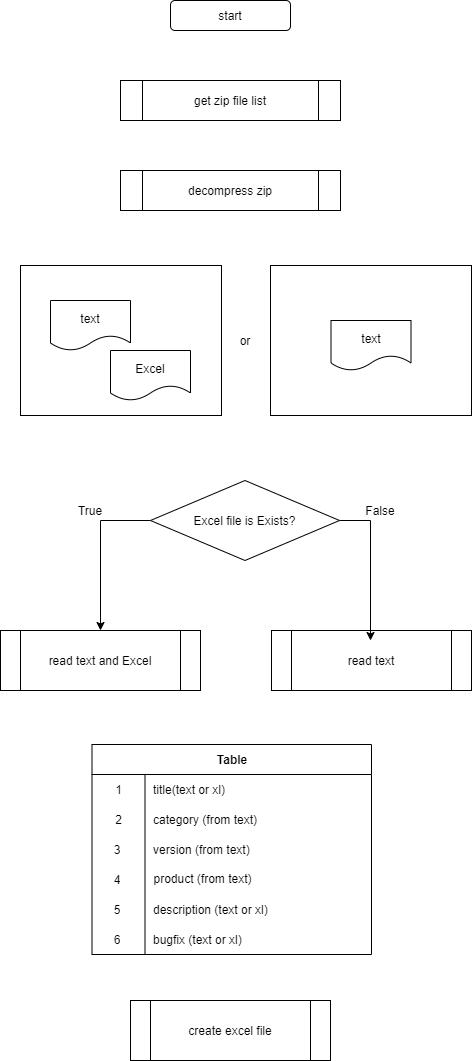
Above: image.drawio.png in kekosh/notisumma (draw.io), before the change. Source tidied: cells renumbered, new cells last; positions are measured from the earlier drawing's top-left corner, leaving out a move shared by most shapes.
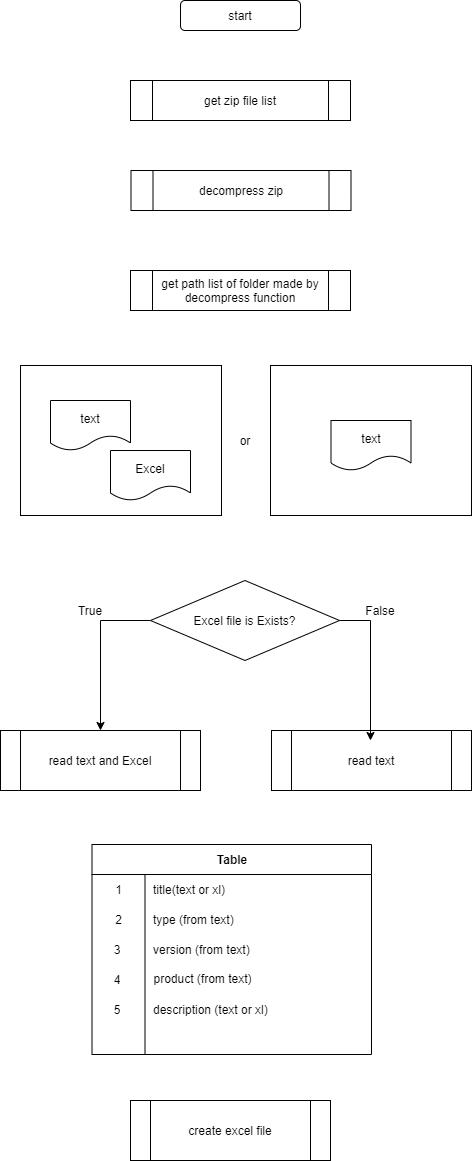
The same diagram one commit later.

Change to the diagram source:
```diff
@@ -3,13 +3,13 @@
     <mxCell id="0" />
     <mxCell id="1" parent="0" />
     <mxCell id="2" value="start" style="rounded=1;whiteSpace=wrap;html=1;" parent="1" vertex="1">
-      <mxGeometry x="170" width="120" height="30" as="geometry" />
+      <mxGeometry x="180" y="-100" width="120" height="30" as="geometry" />
     </mxCell>
-    <mxCell id="3" value="decompress zip" style="shape=process;whiteSpace=wrap;html=1;backgroundOutline=1;" parent="1" vertex="1">
-      <mxGeometry x="120" y="170" width="220" height="40" as="geometry" />
+    <mxCell id="3" value="get path list of folder made by decompress function" style="shape=process;whiteSpace=wrap;html=1;backgroundOutline=1;" parent="1" vertex="1">
+      <mxGeometry x="130" y="170" width="220" height="40" as="geometry" />
     </mxCell>
     <mxCell id="4" value="get zip file list" style="shape=process;whiteSpace=wrap;html=1;backgroundOutline=1;" parent="1" vertex="1">
-      <mxGeometry x="120" y="80" width="220" height="40" as="geometry" />
+      <mxGeometry x="130" y="-20" width="220" height="40" as="geometry" />
     </mxCell>
     <mxCell id="5" style="rounded=0;whiteSpace=wrap;html=1;" parent="1" vertex="1">
       <mxGeometry x="20" y="265" width="201" height="150" as="geometry" />
@@ -50,7 +50,7 @@
     <mxCell id="17" value="2" style="shape=partialRectangle;html=1;whiteSpace=wrap;fillColor=none;top=0;left=0;bottom=0;right=0;overflow=hidden;" parent="16" vertex="1">
       <mxGeometry width="53" height="30" as="geometry" />
     </mxCell>
-    <mxCell id="18" value="category (from text)" style="shape=partialRectangle;html=1;whiteSpace=wrap;fillColor=none;top=0;left=0;bottom=0;right=0;align=left;spacingLeft=6;overflow=hidden;" parent="16" vertex="1">
+    <mxCell id="18" value="type (from text)" style="shape=partialRectangle;html=1;whiteSpace=wrap;fillColor=none;top=0;left=0;bottom=0;right=0;align=left;spacingLeft=6;overflow=hidden;" parent="16" vertex="1">
       <mxGeometry x="53" width="227" height="30" as="geometry" />
     </mxCell>
     <mxCell id="19" value="3" style="shape=partialRectangle;html=1;whiteSpace=wrap;fillColor=none;top=0;left=0;bottom=0;right=0;overflow=hidden;" parent="1" vertex="1">
@@ -68,12 +68,6 @@
     <mxCell id="23" value="description (text or xl)" style="shape=partialRectangle;html=1;whiteSpace=wrap;fillColor=none;top=0;left=0;bottom=0;right=0;align=left;spacingLeft=6;overflow=hidden;" parent="1" vertex="1">
       <mxGeometry x="145" y="894" width="191" height="30" as="geometry" />
     </mxCell>
-    <mxCell id="24" value="bugfix (text or xl)" style="shape=partialRectangle;html=1;whiteSpace=wrap;fillColor=none;top=0;left=0;bottom=0;right=0;align=left;spacingLeft=6;overflow=hidden;" parent="1" vertex="1">
-      <mxGeometry x="145" y="924" width="191" height="30" as="geometry" />
-    </mxCell>
-    <mxCell id="25" value="6" style="shape=partialRectangle;html=1;whiteSpace=wrap;fillColor=none;top=0;left=0;bottom=0;right=0;overflow=hidden;" parent="1" vertex="1">
-      <mxGeometry x="91.5" y="924" width="49.5" height="30" as="geometry" />
-    </mxCell>
     <mxCell id="26" value="product (from text)" style="text;html=1;align=center;verticalAlign=middle;" parent="1" vertex="1">
       <mxGeometry x="147" y="868" width="110" height="20" as="geometry" />
     </mxCell>
@@ -98,5 +92,8 @@
     <mxCell id="33" value="or" style="text;html=1;strokeColor=none;fillColor=none;align=center;verticalAlign=middle;whiteSpace=wrap;rounded=0;" parent="1" vertex="1">
       <mxGeometry x="224.5" y="330" width="40" height="20" as="geometry" />
     </mxCell>
+    <mxCell id="34" value="decompress zip" style="shape=process;whiteSpace=wrap;html=1;backgroundOutline=1;" parent="1" vertex="1">
+      <mxGeometry x="130.5" y="70" width="220" height="40" as="geometry" />
+    </mxCell>
   </root>
 </mxGraphModel>
```
